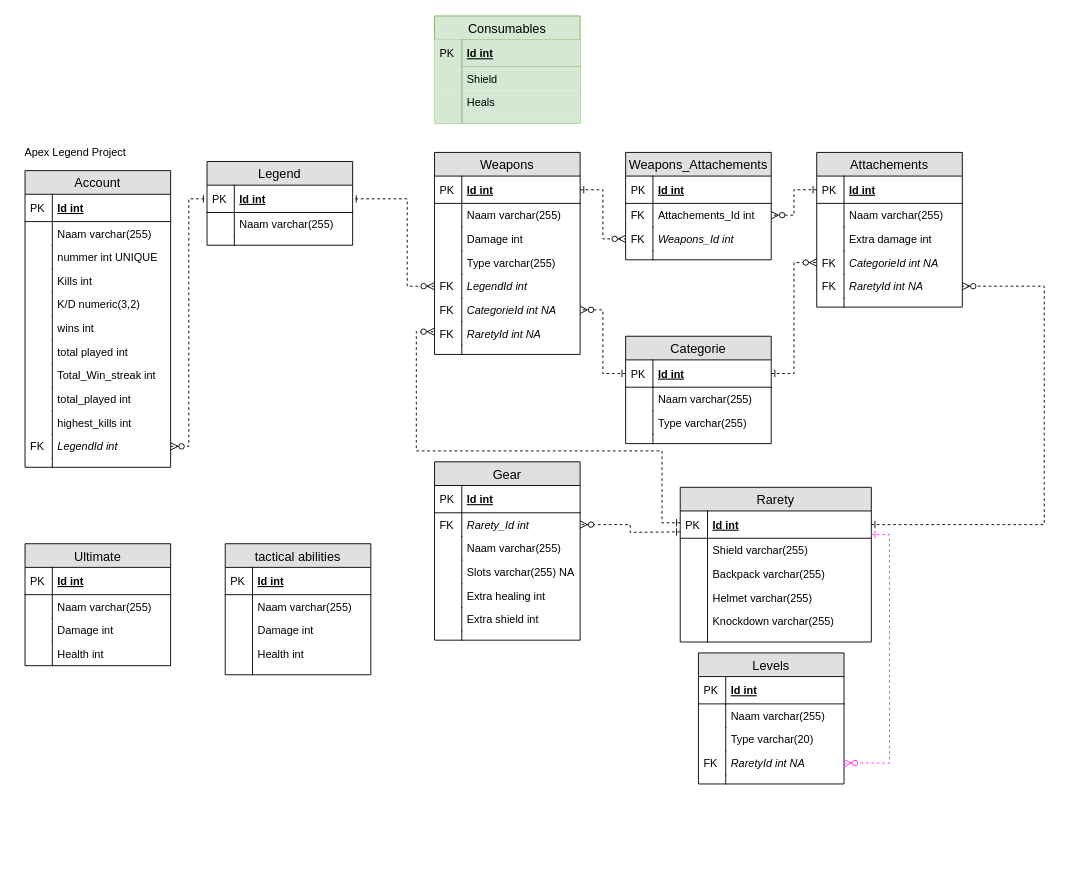
Earlier version of the draw.io diagram Project.drawio (donnie1998/thomasmore2019-2020). Source tidied: cells renumbered, new cells numbered last; positions are measured from the earlier drawing's top-left corner, leaving out a move shared by most shapes. Both pictures are drawn from the tidied source at 91%, with x=0, y=0 at pixel (15, 15).
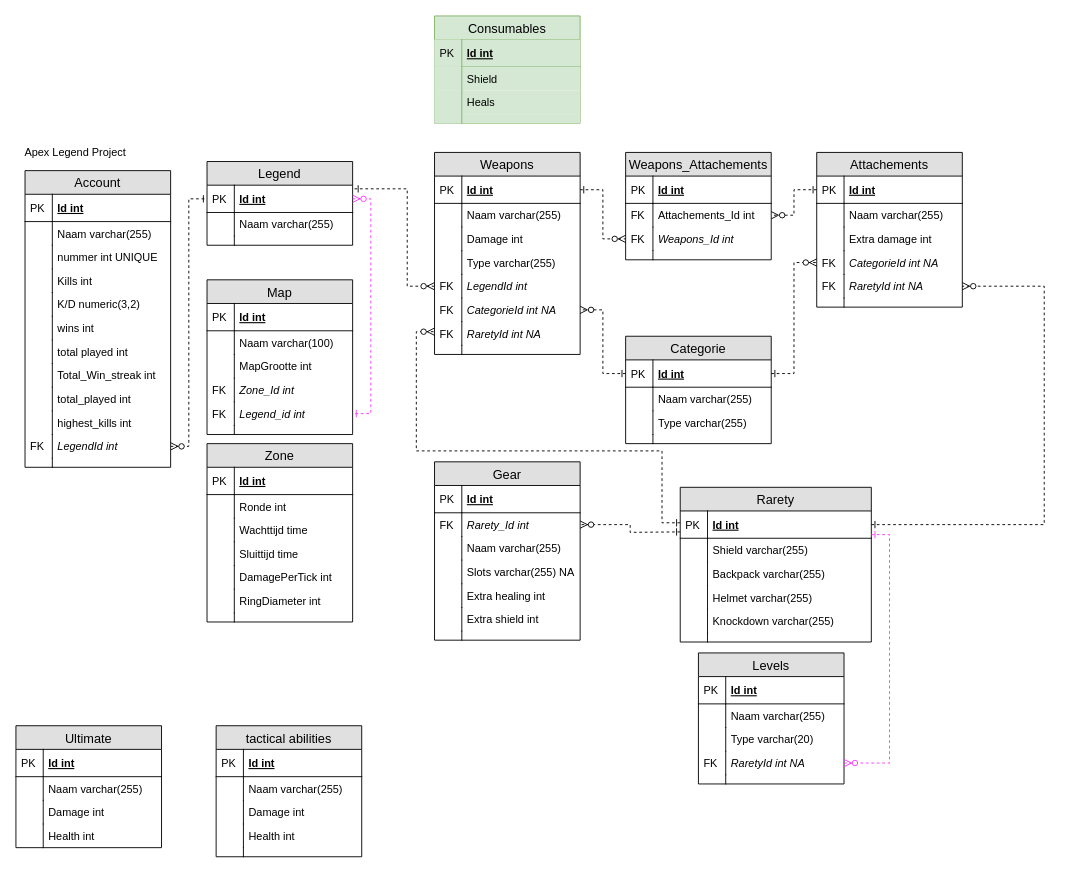
The same page after the edit.

Unchanged cells that the change refers to:
```xml
<mxCell id="43" value="Id int " style="shape=partialRectangle;top=0;left=0;right=0;bottom=1;align=left;verticalAlign=middle;fillColor=none;spacingLeft=34;spacingRight=4;overflow=hidden;points=[[0,0.5],[1,0.5]];portConstraint=eastwest;fontStyle=5;fontSize=12;" parent="42" vertex="1">
  <mxGeometry y="26" width="160" height="30" as="geometry" />
</mxCell>
<mxCell id="79" value="LegendId int" style="shape=partialRectangle;top=0;left=0;right=0;bottom=0;align=left;verticalAlign=top;fillColor=none;spacingLeft=34;spacingRight=4;overflow=hidden;points=[[0,0.5],[1,0.5]];portConstraint=eastwest;fontSize=12;fontStyle=2;" parent="70" vertex="1">
  <mxGeometry y="134" width="160" height="26" as="geometry" />
</mxCell>
```

The edit, as a diff of the source:
```diff
@@
     <mxCell id="49" value="Ultimate" style="swimlane;fontStyle=0;horizontal=1;startSize=26;fillColor=#e0e0e0;swimlaneFillColor=#ffffff;align=center;fontSize=14;" parent="1" vertex="1">
-      <mxGeometry x="10" y="580" width="160" height="134" as="geometry" />
+      <mxGeometry y="780" width="160" height="134" as="geometry" />
     </mxCell>
@@
     <mxCell id="58" value="tactical abilities" style="swimlane;fontStyle=0;horizontal=1;startSize=26;fillColor=#e0e0e0;swimlaneFillColor=#ffffff;align=center;fontSize=14;" parent="1" vertex="1">
-      <mxGeometry x="230" y="580" width="160" height="144" as="geometry" />
+      <mxGeometry x="220" y="780" width="160" height="144" as="geometry" />
     </mxCell>
@@
-    <mxCell id="69" style="edgeStyle=orthogonalEdgeStyle;rounded=0;jettySize=auto;html=1;dashed=1;startArrow=ERzeroToMany;startFill=1;endArrow=ERone;endFill=0;entryX=1;entryY=0.5;entryDx=0;entryDy=0;exitX=0;exitY=0.5;exitDx=0;exitDy=0;" parent="1" edge="1" source="79" target="43">
+    <mxCell id="69" style="edgeStyle=orthogonalEdgeStyle;rounded=0;jettySize=auto;html=1;dashed=1;startArrow=ERzeroToMany;startFill=1;endArrow=ERone;endFill=0;entryX=1.013;entryY=0.133;entryDx=0;entryDy=0;exitX=0;exitY=0.5;exitDx=0;exitDy=0;entryPerimeter=0;" parent="1" edge="1" source="79" target="43">
       <mxGeometry relative="1" as="geometry">
         <Array as="points">
           <mxPoint x="430" y="297" />
-          <mxPoint x="430" y="201" />
+          <mxPoint x="430" y="190" />
         </Array>
       </mxGeometry>
     </mxCell>
@@
+    <mxCell id="161" value="Zone" style="swimlane;fontStyle=0;horizontal=1;startSize=26;fillColor=#e0e0e0;swimlaneFillColor=#ffffff;align=center;fontSize=14;" parent="1" vertex="1">
+      <mxGeometry x="210" y="470" width="160" height="196" as="geometry" />
+    </mxCell>
+    <mxCell id="162" value="Id int" style="shape=partialRectangle;top=0;left=0;right=0;bottom=1;align=left;verticalAlign=middle;fillColor=none;spacingLeft=34;spacingRight=4;overflow=hidden;fontStyle=5;fontSize=12;" parent="161" vertex="1">
+      <mxGeometry y="26" width="160" height="30" as="geometry" />
+    </mxCell>
+    <mxCell id="163" value="PK" style="shape=partialRectangle;top=0;left=0;bottom=0;fillColor=none;align=left;verticalAlign=middle;spacingLeft=4;spacingRight=4;overflow=hidden;fontSize=12;" parent="162" vertex="1">
+      <mxGeometry width="30" height="30" as="geometry" />
+    </mxCell>
+    <mxCell id="164" value="Ronde int" style="shape=partialRectangle;top=0;left=0;right=0;bottom=0;align=left;verticalAlign=top;fillColor=none;spacingLeft=34;spacingRight=4;overflow=hidden;fontSize=12;" parent="161" vertex="1">
+      <mxGeometry y="56" width="160" height="26" as="geometry" />
+    </mxCell>
+    <mxCell id="165" style="shape=partialRectangle;top=0;left=0;bottom=0;fillColor=none;align=left;verticalAlign=top;spacingLeft=4;spacingRight=4;overflow=hidden;fontSize=12;" parent="164" vertex="1">
+      <mxGeometry width="30" height="26" as="geometry" />
+    </mxCell>
+    <mxCell id="166" value="Wachttijd time " style="shape=partialRectangle;top=0;left=0;right=0;bottom=0;align=left;verticalAlign=top;fillColor=none;spacingLeft=34;spacingRight=4;overflow=hidden;fontSize=12;" parent="161" vertex="1">
+      <mxGeometry y="82" width="160" height="26" as="geometry" />
+    </mxCell>
+    <mxCell id="167" style="shape=partialRectangle;top=0;left=0;bottom=0;fillColor=none;align=left;verticalAlign=top;spacingLeft=4;spacingRight=4;overflow=hidden;fontSize=12;" parent="166" vertex="1">
+      <mxGeometry width="30" height="26" as="geometry" />
+    </mxCell>
+    <mxCell id="168" value="Sluittijd time" style="shape=partialRectangle;top=0;left=0;right=0;bottom=0;align=left;verticalAlign=top;fillColor=none;spacingLeft=34;spacingRight=4;overflow=hidden;fontSize=12;" parent="161" vertex="1">
+      <mxGeometry y="108" width="160" height="26" as="geometry" />
+    </mxCell>
+    <mxCell id="169" style="shape=partialRectangle;top=0;left=0;bottom=0;fillColor=none;align=left;verticalAlign=top;spacingLeft=4;spacingRight=4;overflow=hidden;fontSize=12;" parent="168" vertex="1">
+      <mxGeometry width="30" height="26" as="geometry" />
+    </mxCell>
+    <mxCell id="170" value="DamagePerTick int" style="shape=partialRectangle;top=0;left=0;right=0;bottom=0;align=left;verticalAlign=top;fillColor=none;spacingLeft=34;spacingRight=4;overflow=hidden;fontSize=12;" parent="161" vertex="1">
+      <mxGeometry y="134" width="160" height="26" as="geometry" />
+    </mxCell>
+    <mxCell id="171" style="shape=partialRectangle;top=0;left=0;bottom=0;fillColor=none;align=left;verticalAlign=top;spacingLeft=4;spacingRight=4;overflow=hidden;fontSize=12;" parent="170" vertex="1">
+      <mxGeometry width="30" height="26" as="geometry" />
+    </mxCell>
+    <mxCell id="172" value="RingDiameter int" style="shape=partialRectangle;top=0;left=0;right=0;bottom=0;align=left;verticalAlign=top;fillColor=none;spacingLeft=34;spacingRight=4;overflow=hidden;fontSize=12;" parent="161" vertex="1">
+      <mxGeometry y="160" width="160" height="26" as="geometry" />
+    </mxCell>
+    <mxCell id="173" style="shape=partialRectangle;top=0;left=0;bottom=0;fillColor=none;align=left;verticalAlign=top;spacingLeft=4;spacingRight=4;overflow=hidden;fontSize=12;" parent="172" vertex="1">
+      <mxGeometry width="30" height="26" as="geometry" />
+    </mxCell>
+    <mxCell id="174" style="shape=partialRectangle;top=0;left=0;right=0;bottom=0;align=left;verticalAlign=top;fillColor=none;spacingLeft=34;spacingRight=4;overflow=hidden;fontSize=12;" parent="161" vertex="1">
+      <mxGeometry y="186" width="160" height="10" as="geometry" />
+    </mxCell>
+    <mxCell id="175" style="shape=partialRectangle;top=0;left=0;bottom=0;fillColor=none;align=left;verticalAlign=top;spacingLeft=4;spacingRight=4;overflow=hidden;fontSize=12;" parent="174" vertex="1">
+      <mxGeometry width="30" height="10" as="geometry" />
+    </mxCell>
+    <mxCell id="176" value="Map" style="swimlane;fontStyle=0;horizontal=1;startSize=26;fillColor=#e0e0e0;swimlaneFillColor=#ffffff;align=center;fontSize=14;" parent="1" vertex="1">
+      <mxGeometry x="210" y="290" width="160" height="170" as="geometry" />
+    </mxCell>
+    <mxCell id="177" value="Id int" style="shape=partialRectangle;top=0;left=0;right=0;bottom=1;align=left;verticalAlign=middle;fillColor=none;spacingLeft=34;spacingRight=4;overflow=hidden;fontStyle=5;fontSize=12;" parent="176" vertex="1">
+      <mxGeometry y="26" width="160" height="30" as="geometry" />
+    </mxCell>
+    <mxCell id="178" value="PK" style="shape=partialRectangle;top=0;left=0;bottom=0;fillColor=none;align=left;verticalAlign=middle;spacingLeft=4;spacingRight=4;overflow=hidden;fontSize=12;" parent="177" vertex="1">
+      <mxGeometry width="30" height="30" as="geometry" />
+    </mxCell>
+    <mxCell id="179" value="Naam varchar(100)" style="shape=partialRectangle;top=0;left=0;right=0;bottom=0;align=left;verticalAlign=top;fillColor=none;spacingLeft=34;spacingRight=4;overflow=hidden;fontSize=12;" parent="176" vertex="1">
+      <mxGeometry y="56" width="160" height="26" as="geometry" />
+    </mxCell>
+    <mxCell id="180" style="shape=partialRectangle;top=0;left=0;bottom=0;fillColor=none;align=left;verticalAlign=top;spacingLeft=4;spacingRight=4;overflow=hidden;fontSize=12;" parent="179" vertex="1">
+      <mxGeometry width="30" height="26" as="geometry" />
+    </mxCell>
+    <mxCell id="181" value="MapGrootte int" style="shape=partialRectangle;top=0;left=0;right=0;bottom=0;align=left;verticalAlign=top;fillColor=none;spacingLeft=34;spacingRight=4;overflow=hidden;fontSize=12;" parent="176" vertex="1">
+      <mxGeometry y="82" width="160" height="26" as="geometry" />
+    </mxCell>
+    <mxCell id="182" style="shape=partialRectangle;top=0;left=0;bottom=0;fillColor=none;align=left;verticalAlign=top;spacingLeft=4;spacingRight=4;overflow=hidden;fontSize=12;" parent="181" vertex="1">
+      <mxGeometry width="30" height="26" as="geometry" />
+    </mxCell>
+    <mxCell id="183" value="Zone_Id int" style="shape=partialRectangle;top=0;left=0;right=0;bottom=0;align=left;verticalAlign=top;fillColor=none;spacingLeft=34;spacingRight=4;overflow=hidden;fontSize=12;fontStyle=2;" parent="176" vertex="1">
+      <mxGeometry y="108" width="160" height="26" as="geometry" />
+    </mxCell>
+    <mxCell id="184" value="FK" style="shape=partialRectangle;top=0;left=0;bottom=0;fillColor=none;align=left;verticalAlign=top;spacingLeft=4;spacingRight=4;overflow=hidden;fontSize=12;" parent="183" vertex="1">
+      <mxGeometry width="30" height="26" as="geometry" />
+    </mxCell>
+    <mxCell id="185" value="Legend_id int" style="shape=partialRectangle;top=0;left=0;right=0;bottom=0;align=left;verticalAlign=top;fillColor=none;spacingLeft=34;spacingRight=4;overflow=hidden;points=[[0,0.5],[1,0.5]];portConstraint=eastwest;fontSize=12;fontStyle=2;" parent="176" vertex="1">
+      <mxGeometry y="134" width="160" height="26" as="geometry" />
+    </mxCell>
+    <mxCell id="186" value="FK" style="shape=partialRectangle;top=0;left=0;bottom=0;fillColor=none;align=left;verticalAlign=top;spacingLeft=4;spacingRight=4;overflow=hidden;fontSize=12;" parent="185" vertex="1">
+      <mxGeometry width="30" height="26" as="geometry" />
+    </mxCell>
+    <mxCell id="187" style="shape=partialRectangle;top=0;left=0;right=0;bottom=0;align=left;verticalAlign=top;fillColor=none;spacingLeft=34;spacingRight=4;overflow=hidden;fontSize=12;" parent="176" vertex="1">
+      <mxGeometry y="160" width="160" height="10" as="geometry" />
+    </mxCell>
+    <mxCell id="188" style="shape=partialRectangle;top=0;left=0;bottom=0;fillColor=none;align=left;verticalAlign=top;spacingLeft=4;spacingRight=4;overflow=hidden;fontSize=12;" parent="187" vertex="1">
+      <mxGeometry width="30" height="10" as="geometry" />
+    </mxCell>
+    <mxCell id="189" style="edgeStyle=orthogonalEdgeStyle;rounded=0;jettySize=auto;html=1;exitX=1;exitY=0.5;exitDx=0;exitDy=0;dashed=1;startArrow=ERzeroToMany;startFill=1;endArrow=ERone;endFill=0;strokeColor=#FF33FF;" parent="1" edge="1" source="43" target="185">
+      <mxGeometry relative="1" as="geometry" />
+    </mxCell>
```
